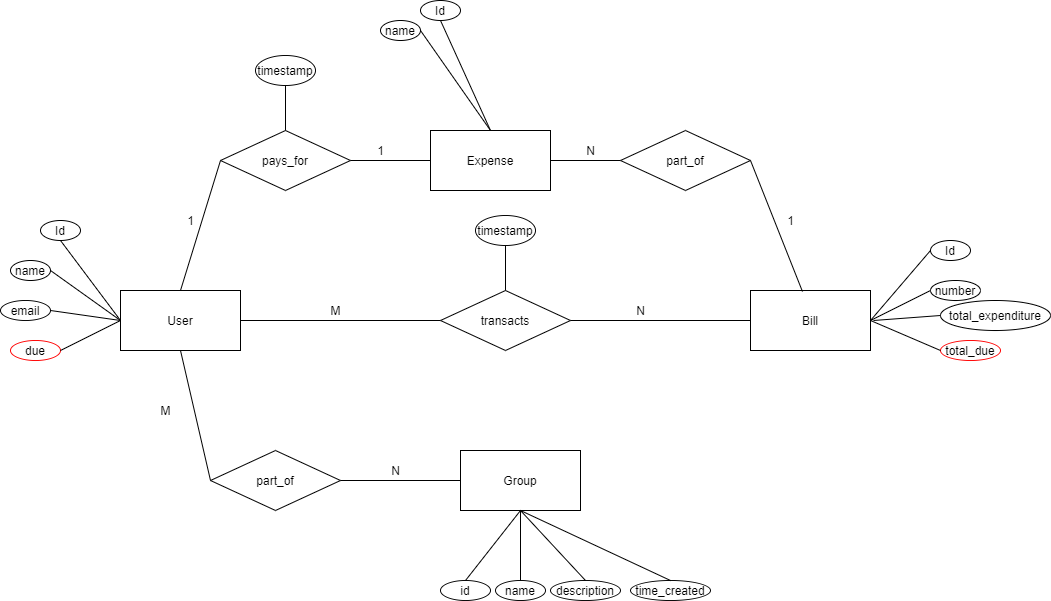
Ganeshjadhav221b/SplitBill keeps this draw.io diagram as metadata/SplitPerfect_ER_Diagram.png. Above is the earlier version. Source tidied: cells renumbered, new cells last; positions are measured from the earlier drawing's top-left corner, leaving out a move shared by most shapes.
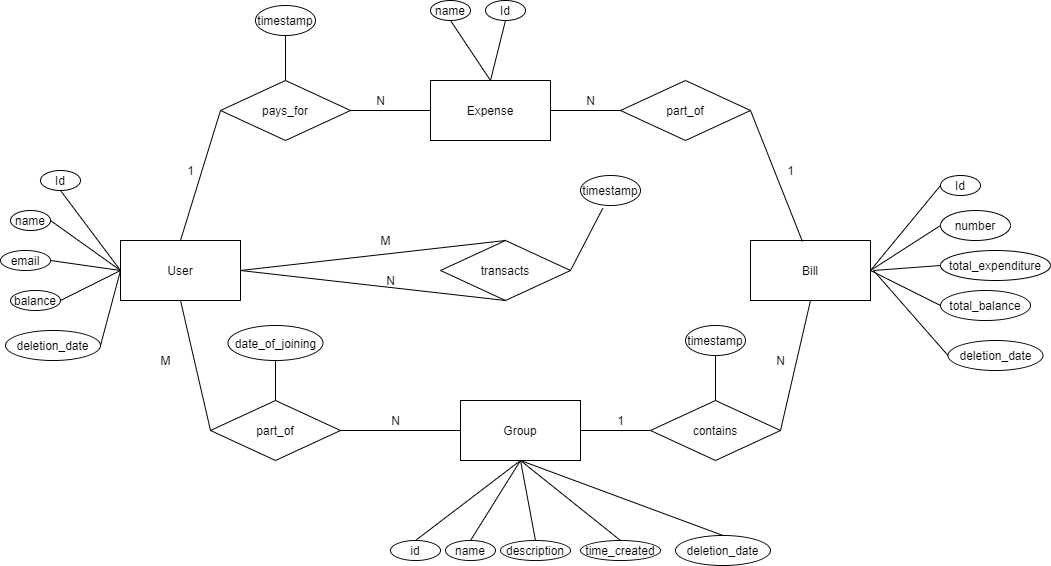
The same file after the commit.

Diff of the diagram source:
```diff
@@ -41,10 +41,7 @@
     <mxCell id="14" style="endArrow=none;html=1;exitX=0.433;exitY=0.017;exitDx=0;exitDy=0;entryX=1;entryY=0.5;entryDx=0;entryDy=0;exitPerimeter=0;" parent="1" edge="1" source="3" target="6">
       <mxGeometry relative="1" as="geometry" />
     </mxCell>
-    <mxCell id="15" style="endArrow=none;html=1;exitX=1;exitY=0.5;exitDx=0;exitDy=0;entryX=0;entryY=0.5;entryDx=0;entryDy=0;" parent="1" edge="1" source="8" target="3">
-      <mxGeometry relative="1" as="geometry" />
-    </mxCell>
-    <mxCell id="16" style="endArrow=none;html=1;exitX=1;exitY=0.5;exitDx=0;exitDy=0;entryX=0;entryY=0.5;entryDx=0;entryDy=0;" parent="1" edge="1" source="2" target="8">
+    <mxCell id="16" style="endArrow=none;html=1;exitX=1;exitY=0.5;exitDx=0;exitDy=0;entryX=0.5;entryY=0;entryDx=0;entryDy=0;" parent="1" edge="1" source="2" target="8">
       <mxGeometry relative="1" as="geometry" />
     </mxCell>
     <mxCell id="17" style="endArrow=none;html=1;entryX=0;entryY=0.5;entryDx=0;entryDy=0;" parent="1" edge="1" target="6">
@@ -53,10 +50,10 @@
       </mxGeometry>
     </mxCell>
     <mxCell id="18" value="M" style="text;html=1;align=center;verticalAlign=middle;" parent="1" vertex="1">
-      <mxGeometry x="320" y="300" width="30" height="20" as="geometry" />
+      <mxGeometry x="370" y="280" width="30" height="20" as="geometry" />
     </mxCell>
     <mxCell id="19" value="N" style="text;html=1;align=center;verticalAlign=middle;" parent="1" vertex="1">
-      <mxGeometry x="630" y="300" width="20" height="20" as="geometry" />
+      <mxGeometry x="380" y="320" width="20" height="20" as="geometry" />
     </mxCell>
     <mxCell id="20" value="M" style="text;html=1;align=center;verticalAlign=middle;" parent="1" vertex="1">
       <mxGeometry x="150" y="400" width="30" height="20" as="geometry" />
@@ -73,7 +70,7 @@
     <mxCell id="24" value="1" style="text;html=1;align=center;verticalAlign=middle;" parent="1" vertex="1">
       <mxGeometry x="180" y="210" width="20" height="20" as="geometry" />
     </mxCell>
-    <mxCell id="25" value="1" style="text;html=1;align=center;verticalAlign=middle;" parent="1" vertex="1">
+    <mxCell id="25" value="N" style="text;html=1;align=center;verticalAlign=middle;" parent="1" vertex="1">
       <mxGeometry x="370" y="140" width="20" height="20" as="geometry" />
     </mxCell>
     <mxCell id="26" value="Id" style="ellipse;whiteSpace=wrap;html=1;" parent="1" vertex="1">
@@ -85,7 +82,7 @@
     <mxCell id="28" value="email" style="ellipse;whiteSpace=wrap;html=1;direction=south;" parent="1" vertex="1">
       <mxGeometry y="300" width="50" height="20" as="geometry" />
     </mxCell>
-    <mxCell id="29" value="due" style="ellipse;whiteSpace=wrap;html=1;direction=south;strokeColor=#FF0000;" parent="1" vertex="1">
+    <mxCell id="29" value="balance" style="ellipse;whiteSpace=wrap;html=1;direction=south;" parent="1" vertex="1">
       <mxGeometry x="10" y="340" width="50" height="20" as="geometry" />
     </mxCell>
     <mxCell id="30" style="endArrow=none;html=1;exitX=0.5;exitY=0;exitDx=0;exitDy=0;" parent="1" edge="1" source="29">
@@ -107,18 +104,20 @@
       <mxGeometry relative="1" as="geometry" />
     </mxCell>
     <mxCell id="34" value="Id" style="ellipse;whiteSpace=wrap;html=1;" parent="1" vertex="1">
-      <mxGeometry x="420" width="40" height="20" as="geometry" />
+      <mxGeometry x="485" y="50" width="40" height="20" as="geometry" />
     </mxCell>
     <mxCell id="35" value="name" style="ellipse;whiteSpace=wrap;html=1;" parent="1" vertex="1">
-      <mxGeometry x="380" y="20" width="40" height="20" as="geometry" />
+      <mxGeometry x="430" y="50" width="40" height="20" as="geometry" />
     </mxCell>
     <mxCell id="36" value="name" style="ellipse;whiteSpace=wrap;html=1;direction=south;" parent="1" vertex="1">
-      <mxGeometry x="495" y="580" width="50" height="20" as="geometry" />
+      <mxGeometry x="445" y="590" width="50" height="20" as="geometry" />
     </mxCell>
-    <mxCell id="37" style="endArrow=none;html=1;exitX=0;exitY=0.5;exitDx=0;exitDy=0;entryX=0.5;entryY=1;entryDx=0;entryDy=0;" parent="1" edge="1" source="36" target="4">
-      <mxGeometry relative="1" as="geometry" />
+    <mxCell id="37" style="endArrow=none;html=1;exitX=0;exitY=0.5;exitDx=0;exitDy=0;" parent="1" edge="1" source="36">
+      <mxGeometry relative="1" as="geometry">
+        <mxPoint x="520" y="510" as="targetPoint" />
+      </mxGeometry>
     </mxCell>
-    <mxCell id="38" style="endArrow=none;html=1;exitX=1;exitY=0.5;exitDx=0;exitDy=0;entryX=0.5;entryY=0;entryDx=0;entryDy=0;" parent="1" edge="1" source="35" target="5">
+    <mxCell id="38" style="endArrow=none;html=1;entryX=0.5;entryY=0;entryDx=0;entryDy=0;exitX=0.5;exitY=1;exitDx=0;exitDy=0;" parent="1" edge="1" source="35" target="5">
       <mxGeometry relative="1" as="geometry" />
     </mxCell>
     <mxCell id="39" style="endArrow=none;html=1;exitX=0.5;exitY=1;exitDx=0;exitDy=0;" parent="1" edge="1" source="34">
@@ -133,13 +132,15 @@
       <mxGeometry relative="1" as="geometry" />
     </mxCell>
     <mxCell id="42" value="description" style="ellipse;whiteSpace=wrap;html=1;direction=south;" parent="1" vertex="1">
-      <mxGeometry x="550" y="580" width="70" height="20" as="geometry" />
+      <mxGeometry x="500" y="590" width="70" height="20" as="geometry" />
     </mxCell>
-    <mxCell id="43" style="endArrow=none;html=1;exitX=0;exitY=0.5;exitDx=0;exitDy=0;entryX=0.5;entryY=1;entryDx=0;entryDy=0;" parent="1" edge="1" source="42" target="4">
-      <mxGeometry relative="1" as="geometry" />
+    <mxCell id="43" style="endArrow=none;html=1;exitX=0;exitY=0.5;exitDx=0;exitDy=0;" parent="1" edge="1" source="42">
+      <mxGeometry relative="1" as="geometry">
+        <mxPoint x="520" y="510" as="targetPoint" />
+      </mxGeometry>
     </mxCell>
     <mxCell id="44" value="id" style="ellipse;whiteSpace=wrap;html=1;direction=south;" parent="1" vertex="1">
-      <mxGeometry x="440" y="580" width="50" height="20" as="geometry" />
+      <mxGeometry x="390" y="590" width="50" height="20" as="geometry" />
     </mxCell>
     <mxCell id="45" style="endArrow=none;html=1;exitX=0;exitY=0.5;exitDx=0;exitDy=0;" parent="1" edge="1" source="44">
       <mxGeometry relative="1" as="geometry">
@@ -147,16 +148,16 @@
       </mxGeometry>
     </mxCell>
     <mxCell id="46" value="time_created" style="ellipse;whiteSpace=wrap;html=1;direction=south;" parent="1" vertex="1">
-      <mxGeometry x="630" y="580" width="80" height="20" as="geometry" />
+      <mxGeometry x="580" y="590" width="80" height="20" as="geometry" />
     </mxCell>
     <mxCell id="47" style="endArrow=none;html=1;exitX=0;exitY=0.5;exitDx=0;exitDy=0;entryX=0.5;entryY=1;entryDx=0;entryDy=0;" parent="1" edge="1" source="46" target="4">
       <mxGeometry relative="1" as="geometry" />
     </mxCell>
     <mxCell id="48" value="Id" style="ellipse;whiteSpace=wrap;html=1;" parent="1" vertex="1">
-      <mxGeometry x="930" y="240" width="40" height="20" as="geometry" />
+      <mxGeometry x="940" y="225" width="40" height="20" as="geometry" />
     </mxCell>
     <mxCell id="49" value="number" style="ellipse;whiteSpace=wrap;html=1;" parent="1" vertex="1">
-      <mxGeometry x="930" y="280" width="50" height="20" as="geometry" />
+      <mxGeometry x="940" y="260" width="70" height="30" as="geometry" />
     </mxCell>
     <mxCell id="50" style="endArrow=none;html=1;entryX=0;entryY=0.5;entryDx=0;entryDy=0;exitX=1;exitY=0.5;exitDx=0;exitDy=0;" parent="1" edge="1" source="3" target="48">
       <mxGeometry relative="1" as="geometry" />
@@ -172,19 +173,71 @@
         <mxPoint x="873" y="320" as="sourcePoint" />
       </mxGeometry>
     </mxCell>
-    <mxCell id="54" value="total_due" style="ellipse;whiteSpace=wrap;html=1;direction=south;strokeColor=#FF0000;" parent="1" vertex="1">
-      <mxGeometry x="940" y="340" width="60" height="20" as="geometry" />
+    <mxCell id="54" value="total_balance" style="ellipse;whiteSpace=wrap;html=1;direction=south;" parent="1" vertex="1">
+      <mxGeometry x="940" y="340" width="90" height="30" as="geometry" />
     </mxCell>
     <mxCell id="55" style="endArrow=none;html=1;entryX=0.5;entryY=1;entryDx=0;entryDy=0;exitX=1;exitY=0.5;exitDx=0;exitDy=0;" parent="1" edge="1" source="3" target="54">
       <mxGeometry relative="1" as="geometry" />
     </mxCell>
-    <mxCell id="56" value="timestamp" style="ellipse;whiteSpace=wrap;html=1;direction=south;" parent="1" vertex="1">
-      <mxGeometry x="475" y="215" width="60" height="30" as="geometry" />
-    </mxCell>
-    <mxCell id="57" style="endArrow=none;html=1;exitX=1;exitY=0.5;exitDx=0;exitDy=0;entryX=0.5;entryY=0;entryDx=0;entryDy=0;" parent="1" edge="1" source="56">
-      <mxGeometry relative="1" as="geometry">
-        <mxPoint x="505" y="290" as="targetPoint" />
-      </mxGeometry>
-    </mxCell>
+    <mxCell id="58" value="contains" style="rhombus;whiteSpace=wrap;html=1;" parent="1" vertex="1">
+      <mxGeometry x="650" y="450" width="130" height="60" as="geometry" />
+    </mxCell>
+    <mxCell id="59" style="endArrow=none;html=1;exitX=1;exitY=0.5;exitDx=0;exitDy=0;entryX=0;entryY=0.5;entryDx=0;entryDy=0;" parent="1" edge="1" source="4" target="58">
+      <mxGeometry relative="1" as="geometry" />
+    </mxCell>
+    <mxCell id="60" style="endArrow=none;html=1;exitX=1;exitY=0.5;exitDx=0;exitDy=0;entryX=0.5;entryY=1;entryDx=0;entryDy=0;" parent="1" edge="1" source="58" target="3">
+      <mxGeometry relative="1" as="geometry" />
+    </mxCell>
+    <mxCell id="61" value="1" style="text;html=1;align=center;verticalAlign=middle;" parent="1" vertex="1">
+      <mxGeometry x="610" y="460" width="20" height="20" as="geometry" />
+    </mxCell>
+    <mxCell id="62" value="N" style="text;html=1;align=center;verticalAlign=middle;" parent="1" vertex="1">
+      <mxGeometry x="770" y="400" width="20" height="20" as="geometry" />
+    </mxCell>
+    <mxCell id="63" value="timestamp" style="ellipse;whiteSpace=wrap;html=1;direction=south;" parent="1" vertex="1">
+      <mxGeometry x="685" y="375" width="60" height="30" as="geometry" />
+    </mxCell>
+    <mxCell id="64" style="endArrow=none;html=1;exitX=1;exitY=0.5;exitDx=0;exitDy=0;entryX=0.5;entryY=0;entryDx=0;entryDy=0;" parent="1" edge="1" source="63">
+      <mxGeometry relative="1" as="geometry">
+        <mxPoint x="715" y="450" as="targetPoint" />
+      </mxGeometry>
+    </mxCell>
+    <mxCell id="65" value="date_of_joining" style="ellipse;whiteSpace=wrap;html=1;direction=south;" parent="1" vertex="1">
+      <mxGeometry x="227.5" y="375" width="95" height="35" as="geometry" />
+    </mxCell>
+    <mxCell id="66" style="endArrow=none;html=1;exitX=1;exitY=0.5;exitDx=0;exitDy=0;entryX=0.5;entryY=0;entryDx=0;entryDy=0;" parent="1" edge="1" source="65">
+      <mxGeometry relative="1" as="geometry">
+        <mxPoint x="275" y="450" as="targetPoint" />
+      </mxGeometry>
+    </mxCell>
+    <mxCell id="67" value="deletion_date" style="ellipse;whiteSpace=wrap;html=1;direction=south;" parent="1" vertex="1">
+      <mxGeometry x="5" y="380" width="95" height="30" as="geometry" />
+    </mxCell>
+    <mxCell id="68" style="endArrow=none;html=1;exitX=0.5;exitY=0;exitDx=0;exitDy=0;entryX=0;entryY=0.5;entryDx=0;entryDy=0;" parent="1" edge="1" source="67" target="2">
+      <mxGeometry relative="1" as="geometry" />
+    </mxCell>
+    <mxCell id="69" value="deletion_date" style="ellipse;whiteSpace=wrap;html=1;direction=south;" parent="1" vertex="1">
+      <mxGeometry x="947.5" y="390" width="95" height="30" as="geometry" />
+    </mxCell>
+    <mxCell id="70" style="endArrow=none;html=1;exitX=0.5;exitY=1;exitDx=0;exitDy=0;" parent="1" edge="1" source="69">
+      <mxGeometry relative="1" as="geometry">
+        <mxPoint x="873" y="320" as="targetPoint" />
+      </mxGeometry>
+    </mxCell>
+    <mxCell id="71" value="deletion_date" style="ellipse;whiteSpace=wrap;html=1;direction=south;" parent="1" vertex="1">
+      <mxGeometry x="675" y="585" width="95" height="30" as="geometry" />
+    </mxCell>
+    <mxCell id="72" style="endArrow=none;html=1;exitX=0;exitY=0.5;exitDx=0;exitDy=0;entryX=0.5;entryY=1;entryDx=0;entryDy=0;" parent="1" edge="1" source="71" target="4">
+      <mxGeometry relative="1" as="geometry" />
+    </mxCell>
+    <mxCell id="73" value="timestamp" style="ellipse;whiteSpace=wrap;html=1;direction=south;" parent="1" vertex="1">
+      <mxGeometry x="580" y="225" width="60" height="30" as="geometry" />
+    </mxCell>
+    <mxCell id="74" style="endArrow=none;html=1;exitX=1;exitY=0.5;exitDx=0;exitDy=0;entryX=0.5;entryY=1;entryDx=0;entryDy=0;" parent="1" edge="1" source="2" target="8">
+      <mxGeometry relative="1" as="geometry" />
+    </mxCell>
+    <mxCell id="75" style="endArrow=none;html=1;exitX=1;exitY=0.5;exitDx=0;exitDy=0;entryX=1.089;entryY=0.628;entryDx=0;entryDy=0;entryPerimeter=0;" parent="1" edge="1" source="8" target="73">
+      <mxGeometry relative="1" as="geometry" />
+    </mxCell>
   </root>
 </mxGraphModel>
```
